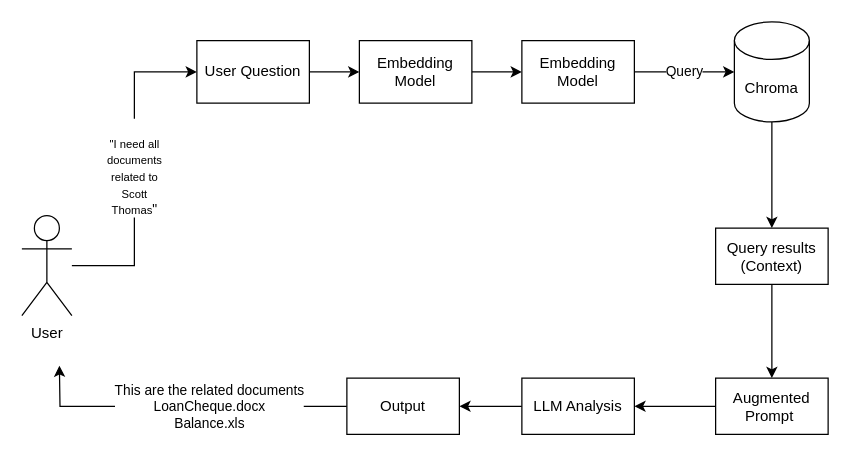
Above: Embedded_Documents.drawio in JuanPabloTututiKsquare/mentoring1 (draw.io), before the change. Source tidied: cells renumbered, new cells numbered last; positions are measured from the earlier drawing's top-left corner, leaving out a move shared by most shapes. Both pictures are drawn from the tidied source at 125%, with x=0, y=0 at pixel (21, 21).
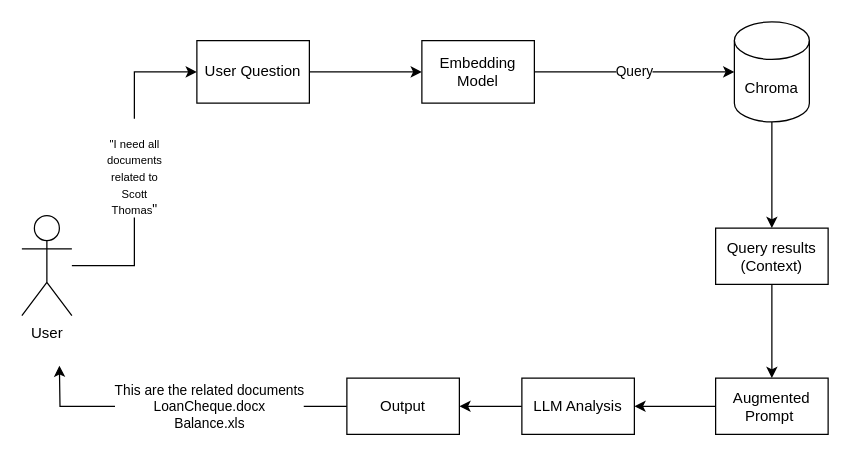
Above is the later version.

Unchanged cells that the change refers to:
```xml
<mxCell id="5" value="User Question" style="rounded=0;whiteSpace=wrap;html=1;" parent="1" vertex="1">
  <mxGeometry x="140" y="15" width="90" height="50" as="geometry" />
</mxCell>
```

Change to the diagram source:
```diff
@@
-    <mxCell id="4" style="edgeStyle=orthogonalEdgeStyle;rounded=0;jettySize=auto;html=1;entryX=0;entryY=0.5;entryDx=0;entryDy=0;" parent="1" edge="1" source="5" target="7">
+    <mxCell id="4" style="edgeStyle=orthogonalEdgeStyle;rounded=0;jettySize=auto;html=1;entryX=0;entryY=0.5;entryDx=0;entryDy=0;" parent="1" edge="1" source="5" target="8">
       <mxGeometry relative="1" as="geometry" />
     </mxCell>
@@
-    <mxCell id="6" style="edgeStyle=orthogonalEdgeStyle;rounded=0;jettySize=auto;html=1;entryX=0;entryY=0.5;entryDx=0;entryDy=0;" parent="1" edge="1" source="7" target="8">
-      <mxGeometry relative="1" as="geometry" />
-    </mxCell>
-    <mxCell id="7" value="Embedding Model" style="rounded=0;whiteSpace=wrap;html=1;" parent="1" vertex="1">
-      <mxGeometry x="270" y="15" width="90" height="50" as="geometry" />
-    </mxCell>
     <mxCell id="8" value="Embedding Model" style="rounded=0;whiteSpace=wrap;html=1;" parent="1" vertex="1">
-      <mxGeometry x="400" y="15" width="90" height="50" as="geometry" />
+      <mxGeometry x="320" y="15" width="90" height="50" as="geometry" />
     </mxCell>
```
